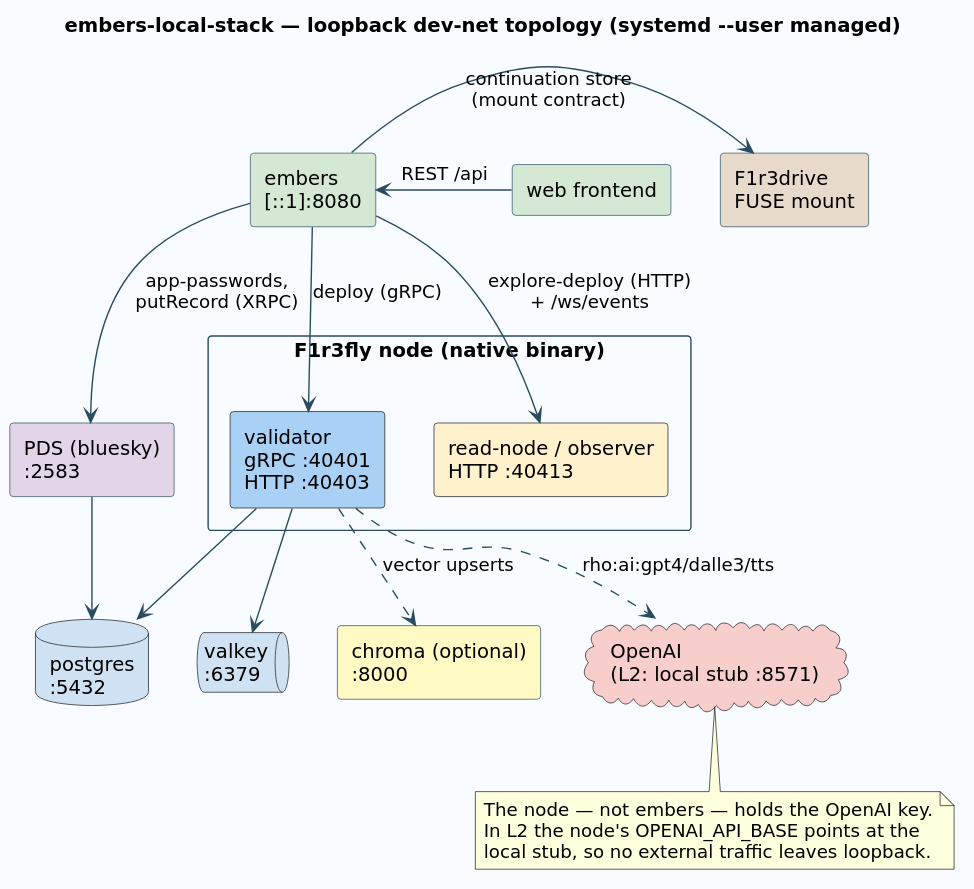
F1R3FLY-io/embers keeps this PlantUML diagram as docs/diagrams/27-local-stack-topology.svg. Above is the earlier version. Source of this version:
```plantuml
@startuml
skinparam backgroundColor #F8FBFF
skinparam shadowing false
skinparam defaultFontName "DejaVu Sans"
skinparam componentStyle rectangle
skinparam rectangle {
  BorderColor #294C60
}
skinparam ArrowColor #294C60

title embers-local-stack — loopback dev-net topology (systemd --user managed)

rectangle "F1r3fly node (native binary)" as node {
  component "validator\ngRPC :40401\nHTTP :40403" as validator #A9D0F5
  component "read-node / observer\nHTTP :40413" as observer #FFF1CC
}
rectangle "F1r3drive\nFUSE mount" as drive #E8DACB
rectangle "embers\n[::1]:8080" as embers #D5E8D4
rectangle "web frontend" as web #D5E8D4
rectangle "PDS (bluesky)\n:2583" as pds #E1D5E7
database "postgres\n:5432" as pg #CFE2F3
queue "valkey\n:6379" as valkey #CFE2F3
rectangle "chroma (optional)\n:8000" as chroma #FFF9C4
cloud "OpenAI\n(L2: local stub :8571)" as openai #F8CECC

embers -down-> validator : deploy (gRPC)
embers -down-> observer  : explore-deploy (HTTP)\n+ /ws/events
embers -right-> drive    : continuation store\n(mount contract)
embers -down-> pds       : app-passwords,\nputRecord (XRPC)
web -left-> embers       : REST /api
validator ..> openai     : rho:ai:gpt4/dalle3/tts
validator -down-> pg
validator -down-> valkey
validator ..> chroma     : vector upserts
pds -down-> pg

note bottom of openai
  The node — not embers — holds the OpenAI key.
  In L2 the node's OPENAI_API_BASE points at the
  local stub, so no external traffic leaves loopback.
end note
@enduml
```
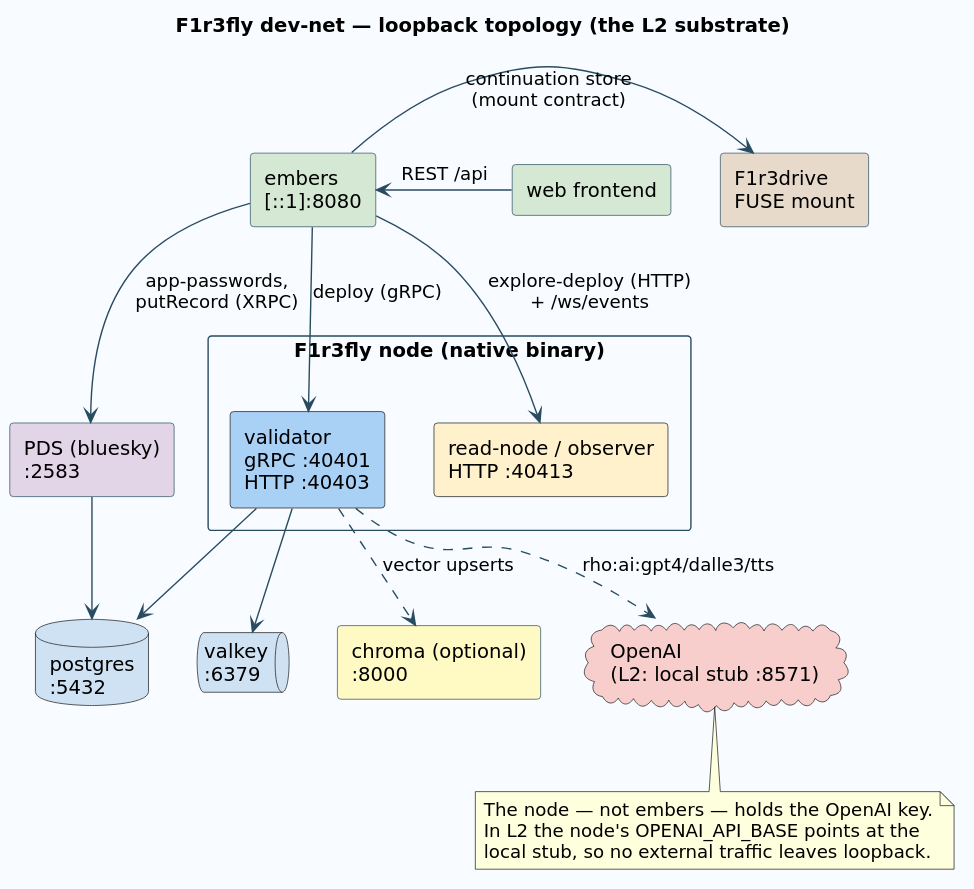
The same file after the commit.

Diff of the diagram source:
```diff
@@ -8,7 +8,7 @@
 }
 skinparam ArrowColor #294C60
 
-title embers-local-stack — loopback dev-net topology (systemd --user managed)
+title F1r3fly dev-net — loopback topology (the L2 substrate)
 
 rectangle "F1r3fly node (native binary)" as node {
   component "validator\ngRPC :40401\nHTTP :40403" as validator #A9D0F5
```
